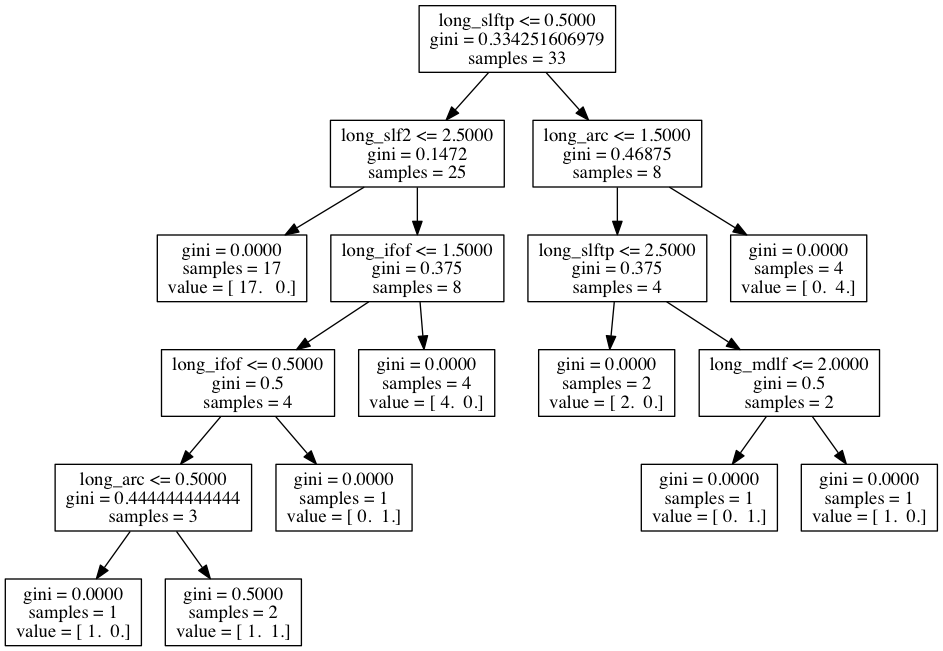
akeshavan/myscripts keeps this Graphviz diagram as neurosurgery_trees/longLANGUAGE.png. Above is the earlier version. Its source is kept beside it as neurosurgery_trees/longLANGUAGE.dot. Its diagram source:
```dot
digraph Tree {
0 [label="X[3] <= 0.5000\ngini = 0.334251606979\nsamples = 33", shape="box"] ;
1 [label="X[0] <= 2.5000\ngini = 0.1472\nsamples = 25", shape="box"] ;
0 -> 1 ;
2 [label="gini = 0.0000\nsamples = 17\nvalue = [ 17.   0.]", shape="box"] ;
1 -> 2 ;
3 [label="X[6] <= 1.5000\ngini = 0.375\nsamples = 8", shape="box"] ;
1 -> 3 ;
4 [label="X[6] <= 0.5000\ngini = 0.5\nsamples = 4", shape="box"] ;
3 -> 4 ;
5 [label="X[2] <= 0.5000\ngini = 0.444444444444\nsamples = 3", shape="box"] ;
4 -> 5 ;
6 [label="gini = 0.0000\nsamples = 1\nvalue = [ 1.  0.]", shape="box"] ;
5 -> 6 ;
7 [label="gini = 0.5000\nsamples = 2\nvalue = [ 1.  1.]", shape="box"] ;
5 -> 7 ;
8 [label="gini = 0.0000\nsamples = 1\nvalue = [ 0.  1.]", shape="box"] ;
4 -> 8 ;
9 [label="gini = 0.0000\nsamples = 4\nvalue = [ 4.  0.]", shape="box"] ;
3 -> 9 ;
10 [label="X[2] <= 1.5000\ngini = 0.46875\nsamples = 8", shape="box"] ;
0 -> 10 ;
11 [label="X[3] <= 2.5000\ngini = 0.375\nsamples = 4", shape="box"] ;
10 -> 11 ;
12 [label="gini = 0.0000\nsamples = 2\nvalue = [ 2.  0.]", shape="box"] ;
11 -> 12 ;
13 [label="X[5] <= 2.0000\ngini = 0.5\nsamples = 2", shape="box"] ;
11 -> 13 ;
14 [label="gini = 0.0000\nsamples = 1\nvalue = [ 0.  1.]", shape="box"] ;
13 -> 14 ;
15 [label="gini = 0.0000\nsamples = 1\nvalue = [ 1.  0.]", shape="box"] ;
13 -> 15 ;
16 [label="gini = 0.0000\nsamples = 4\nvalue = [ 0.  4.]", shape="box"] ;
10 -> 16 ;
}
```
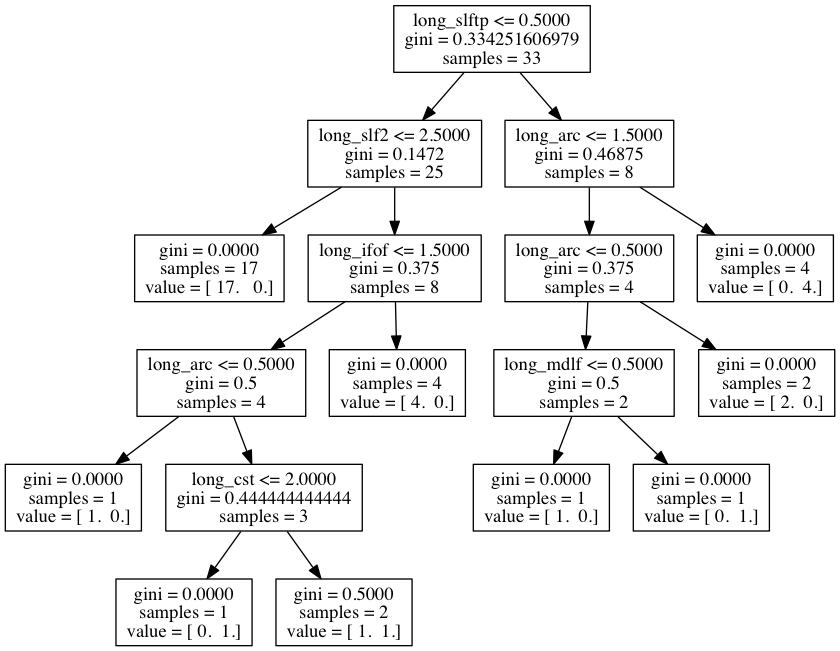
The same diagram one commit later.

Change to the diagram source:
```diff
@@ -6,30 +6,30 @@
 1 -> 2 ;
 3 [label="X[6] <= 1.5000\ngini = 0.375\nsamples = 8", shape="box"] ;
 1 -> 3 ;
-4 [label="X[6] <= 0.5000\ngini = 0.5\nsamples = 4", shape="box"] ;
+4 [label="X[2] <= 0.5000\ngini = 0.5\nsamples = 4", shape="box"] ;
 3 -> 4 ;
-5 [label="X[2] <= 0.5000\ngini = 0.444444444444\nsamples = 3", shape="box"] ;
+5 [label="gini = 0.0000\nsamples = 1\nvalue = [ 1.  0.]", shape="box"] ;
 4 -> 5 ;
-6 [label="gini = 0.0000\nsamples = 1\nvalue = [ 1.  0.]", shape="box"] ;
-5 -> 6 ;
-7 [label="gini = 0.5000\nsamples = 2\nvalue = [ 1.  1.]", shape="box"] ;
-5 -> 7 ;
-8 [label="gini = 0.0000\nsamples = 1\nvalue = [ 0.  1.]", shape="box"] ;
-4 -> 8 ;
+6 [label="X[8] <= 2.0000\ngini = 0.444444444444\nsamples = 3", shape="box"] ;
+4 -> 6 ;
+7 [label="gini = 0.0000\nsamples = 1\nvalue = [ 0.  1.]", shape="box"] ;
+6 -> 7 ;
+8 [label="gini = 0.5000\nsamples = 2\nvalue = [ 1.  1.]", shape="box"] ;
+6 -> 8 ;
 9 [label="gini = 0.0000\nsamples = 4\nvalue = [ 4.  0.]", shape="box"] ;
 3 -> 9 ;
 10 [label="X[2] <= 1.5000\ngini = 0.46875\nsamples = 8", shape="box"] ;
 0 -> 10 ;
-11 [label="X[3] <= 2.5000\ngini = 0.375\nsamples = 4", shape="box"] ;
+11 [label="X[2] <= 0.5000\ngini = 0.375\nsamples = 4", shape="box"] ;
 10 -> 11 ;
-12 [label="gini = 0.0000\nsamples = 2\nvalue = [ 2.  0.]", shape="box"] ;
+12 [label="X[5] <= 0.5000\ngini = 0.5\nsamples = 2", shape="box"] ;
 11 -> 12 ;
-13 [label="X[5] <= 2.0000\ngini = 0.5\nsamples = 2", shape="box"] ;
-11 -> 13 ;
+13 [label="gini = 0.0000\nsamples = 1\nvalue = [ 1.  0.]", shape="box"] ;
+12 -> 13 ;
 14 [label="gini = 0.0000\nsamples = 1\nvalue = [ 0.  1.]", shape="box"] ;
-13 -> 14 ;
-15 [label="gini = 0.0000\nsamples = 1\nvalue = [ 1.  0.]", shape="box"] ;
-13 -> 15 ;
+12 -> 14 ;
+15 [label="gini = 0.0000\nsamples = 2\nvalue = [ 2.  0.]", shape="box"] ;
+11 -> 15 ;
 16 [label="gini = 0.0000\nsamples = 4\nvalue = [ 0.  4.]", shape="box"] ;
 10 -> 16 ;
 }
```
